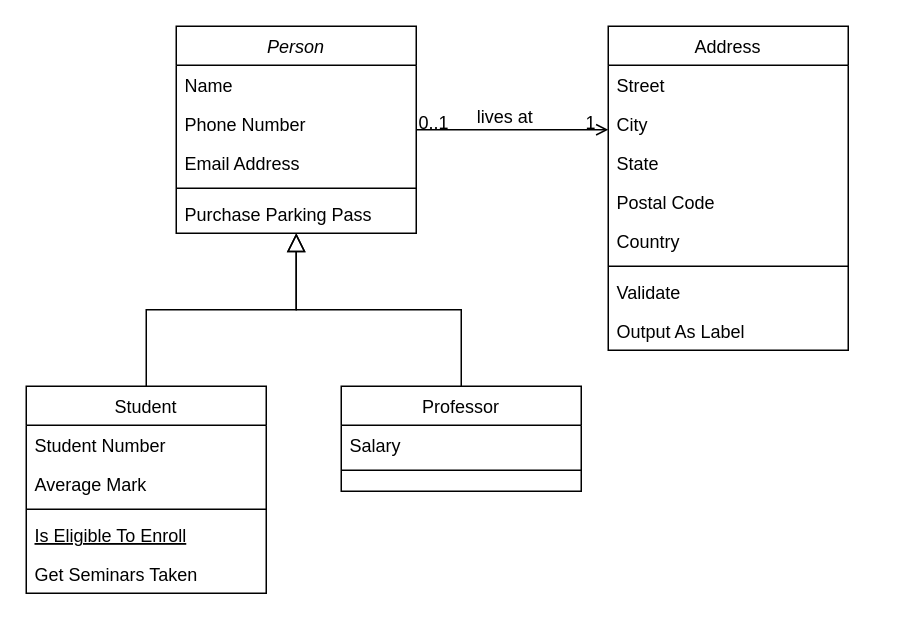
rogeliorodriguez27/diagramacao-iphone keeps this draw.io diagram as DiagramaIphone.drawio. Above is the earlier version. Source tidied: cells renumbered, new cells numbered last; positions are measured from the earlier drawing's top-left corner, leaving out a move shared by most shapes. Both pictures are drawn from the tidied source at 150%, with x=0, y=0 at pixel (26, 26).
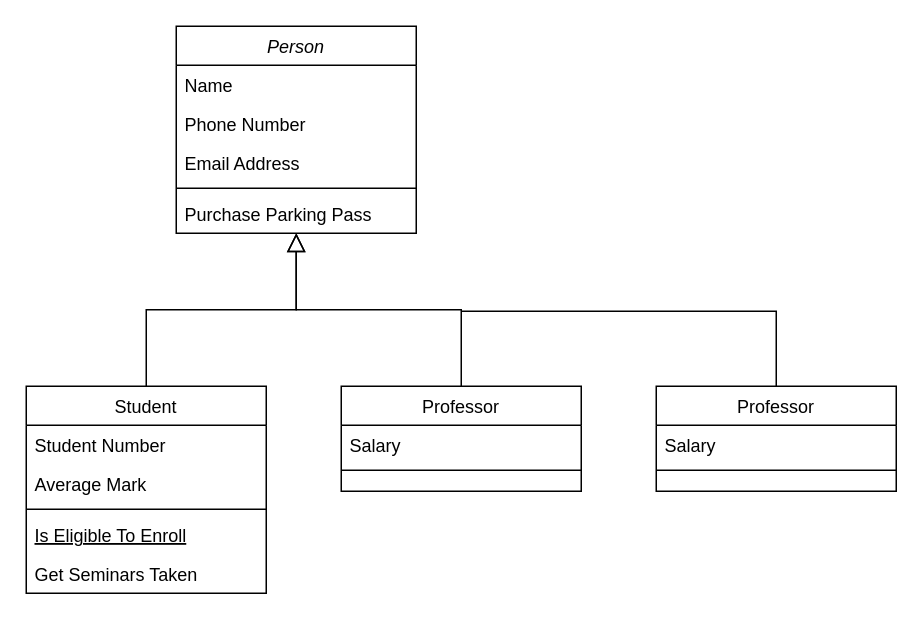
After the change.

The change refers to these unchanged cells:
```xml
<mxCell id="2" value="Person" style="swimlane;fontStyle=2;align=center;verticalAlign=top;horizontal=1;startSize=26;rounded=0;shadow=0;strokeWidth=1;" parent="1" vertex="1">
  <mxGeometry x="100" width="160" height="138" as="geometry" />
</mxCell>
```

The edit, as a diff of the source:
```diff
@@
-    <mxCell id="19" value="Address" style="swimlane;fontStyle=0;align=center;verticalAlign=top;horizontal=1;startSize=26;rounded=0;shadow=0;strokeWidth=1;" parent="1" vertex="1">
-      <mxGeometry x="388" width="160" height="216" as="geometry" />
-    </mxCell>
-    <mxCell id="20" value="Street" style="text;align=left;verticalAlign=top;spacingLeft=4;spacingRight=4;overflow=hidden;" parent="19" vertex="1">
-      <mxGeometry y="26" width="160" height="26" as="geometry" />
-    </mxCell>
-    <mxCell id="21" value="City" style="text;align=left;verticalAlign=top;spacingLeft=4;spacingRight=4;overflow=hidden;rounded=0;shadow=0;html=0;" parent="19" vertex="1">
-      <mxGeometry y="52" width="160" height="26" as="geometry" />
-    </mxCell>
-    <mxCell id="22" value="State" style="text;align=left;verticalAlign=top;spacingLeft=4;spacingRight=4;overflow=hidden;rounded=0;shadow=0;html=0;" parent="19" vertex="1">
-      <mxGeometry y="78" width="160" height="26" as="geometry" />
-    </mxCell>
-    <mxCell id="23" value="Postal Code" style="text;align=left;verticalAlign=top;spacingLeft=4;spacingRight=4;overflow=hidden;rounded=0;shadow=0;html=0;" parent="19" vertex="1">
-      <mxGeometry y="104" width="160" height="26" as="geometry" />
-    </mxCell>
-    <mxCell id="24" value="Country" style="text;align=left;verticalAlign=top;spacingLeft=4;spacingRight=4;overflow=hidden;rounded=0;shadow=0;html=0;" parent="19" vertex="1">
-      <mxGeometry y="130" width="160" height="26" as="geometry" />
-    </mxCell>
-    <mxCell id="25" style="line;html=1;strokeWidth=1;align=left;verticalAlign=middle;spacingTop=-1;spacingLeft=3;spacingRight=3;labelPosition=right;" parent="19" vertex="1">
-      <mxGeometry y="156" width="160" height="8" as="geometry" />
-    </mxCell>
-    <mxCell id="26" value="Validate" style="text;align=left;verticalAlign=top;spacingLeft=4;spacingRight=4;overflow=hidden;" parent="19" vertex="1">
-      <mxGeometry y="164" width="160" height="26" as="geometry" />
-    </mxCell>
-    <mxCell id="27" value="Output As Label" style="text;align=left;verticalAlign=top;spacingLeft=4;spacingRight=4;overflow=hidden;" parent="19" vertex="1">
-      <mxGeometry y="190" width="160" height="26" as="geometry" />
-    </mxCell>
-    <mxCell id="28" style="endArrow=open;shadow=0;strokeWidth=1;rounded=0;curved=0;endFill=1;edgeStyle=elbowEdgeStyle;elbow=vertical;" parent="1" edge="1" source="2" target="19">
-      <mxGeometry x="0.5" y="41" relative="1" as="geometry">
-        <mxPoint x="-40" y="32" as="offset" />
-      </mxGeometry>
-    </mxCell>
-    <mxCell id="29" value="0..1" style="align=left;verticalAlign=bottom;labelBackgroundColor=none;fontSize=12;" parent="28" vertex="1">
-      <mxGeometry x="-1" relative="1" as="geometry">
-        <mxPoint y="4" as="offset" />
-      </mxGeometry>
-    </mxCell>
-    <mxCell id="30" value="1" style="align=right;verticalAlign=bottom;labelBackgroundColor=none;fontSize=12;" parent="28" vertex="1">
-      <mxGeometry x="1" relative="1" as="geometry">
-        <mxPoint x="-7" y="4" as="offset" />
-      </mxGeometry>
-    </mxCell>
-    <mxCell id="31" value="lives at" style="text;html=1;align=center;verticalAlign=middle;labelBackgroundColor=none;rounded=0;shadow=0;strokeWidth=1;fontSize=12;" parent="28" vertex="1">
-      <mxGeometry x="0.5" y="49" relative="1" as="geometry">
-        <mxPoint x="-38" y="40" as="offset" />
-      </mxGeometry>
-    </mxCell>
+    <mxCell id="32" value="Professor" style="swimlane;fontStyle=0;align=center;verticalAlign=top;horizontal=1;startSize=26;rounded=0;shadow=0;strokeWidth=1;" parent="1" vertex="1">
+      <mxGeometry x="420" y="240" width="160" height="70" as="geometry" />
+    </mxCell>
+    <mxCell id="33" value="Salary" style="text;align=left;verticalAlign=top;spacingLeft=4;spacingRight=4;overflow=hidden;" parent="32" vertex="1">
+      <mxGeometry y="26" width="160" height="26" as="geometry" />
+    </mxCell>
+    <mxCell id="34" style="line;html=1;strokeWidth=1;align=left;verticalAlign=middle;spacingTop=-1;spacingLeft=3;spacingRight=3;labelPosition=right;" parent="32" vertex="1">
+      <mxGeometry y="52" width="160" height="8" as="geometry" />
+    </mxCell>
+    <mxCell id="35" style="endArrow=none;html=1;edgeStyle=orthogonalEdgeStyle;rounded=0;entryX=0.5;entryY=0;entryDx=0;entryDy=0;" parent="1" edge="1" target="32">
+      <mxGeometry relative="1" as="geometry">
+        <mxPoint x="290" y="190" as="sourcePoint" />
+        <Array as="points">
+          <mxPoint x="500" y="190" />
+        </Array>
+      </mxGeometry>
+    </mxCell>
```
